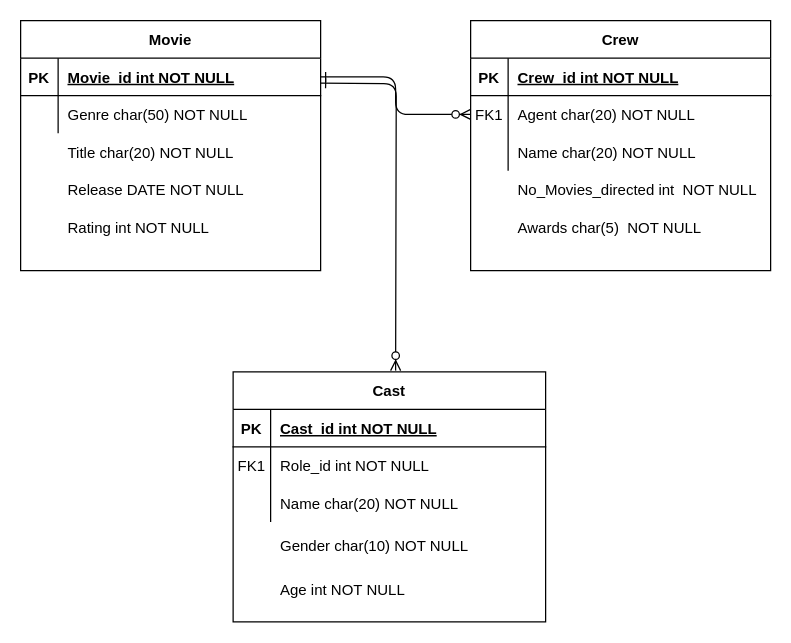
NadegeTenku/express_movie_database keeps this draw.io diagram as movie.drawio. Above is the earlier version. Source tidied: cells renumbered, new cells numbered last; positions are measured from the earlier drawing's top-left corner, leaving out a move shared by most shapes. Both pictures are drawn from the tidied source at 125%, with x=0, y=0 at pixel (20, 20).
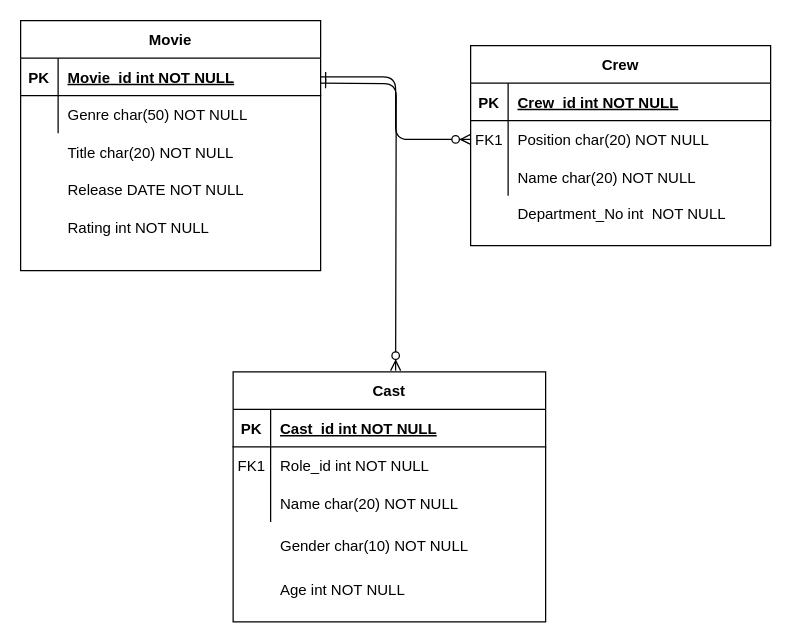
Above is the later version.

The change refers to these unchanged cells:
```xml
<mxCell id="7" style="shape=partialRectangle;fillColor=none;points=[[0,0.5],[1,0.5]];portConstraint=eastwest;top=0;left=0;right=0;bottom=0;" parent="3" vertex="1">
  <mxGeometry y="60" width="240" height="30" as="geometry" />
</mxCell>
```

What changed in the source:
```diff
@@
     <mxCell id="3" value="Crew" style="shape=table;startSize=30;childLayout=tableLayout;rowLines=0;fontStyle=1;align=center;" parent="1" vertex="1">
-      <mxGeometry x="360" width="240" height="200" as="geometry" />
+      <mxGeometry x="360" y="20" width="240" height="160" as="geometry" />
     </mxCell>
@@
-    <mxCell id="9" value="Agent char(20) NOT NULL" style="shape=partialRectangle;overflow=hidden;fillColor=none;top=0;left=0;bottom=0;right=0;align=left;spacingLeft=6;" parent="7" vertex="1">
+    <mxCell id="9" value="Position char(20) NOT NULL" style="shape=partialRectangle;overflow=hidden;fillColor=none;top=0;left=0;bottom=0;right=0;align=left;spacingLeft=6;" parent="7" vertex="1">
       <mxGeometry x="30" width="210" height="30" as="geometry" />
     </mxCell>
@@
-    <mxCell id="32" value="Awards char(5)  NOT NULL" style="shape=partialRectangle;overflow=hidden;fillColor=none;top=0;left=0;bottom=0;right=0;align=left;spacingLeft=6;" parent="1" vertex="1">
-      <mxGeometry x="390" y="150" width="210" height="30" as="geometry" />
-    </mxCell>
@@
-    <mxCell id="37" value="No_Movies_directed int  NOT NULL" style="shape=partialRectangle;overflow=hidden;fillColor=none;top=0;left=0;bottom=0;right=0;align=left;spacingLeft=6;" parent="1" vertex="1">
-      <mxGeometry x="390" y="120" width="210" height="30" as="geometry" />
+    <mxCell id="37" value="Department_No int  NOT NULL" style="shape=partialRectangle;overflow=hidden;fillColor=none;top=0;left=0;bottom=0;right=0;align=left;spacingLeft=6;" parent="1" vertex="1">
+      <mxGeometry x="390" y="139" width="210" height="30" as="geometry" />
     </mxCell>
```
